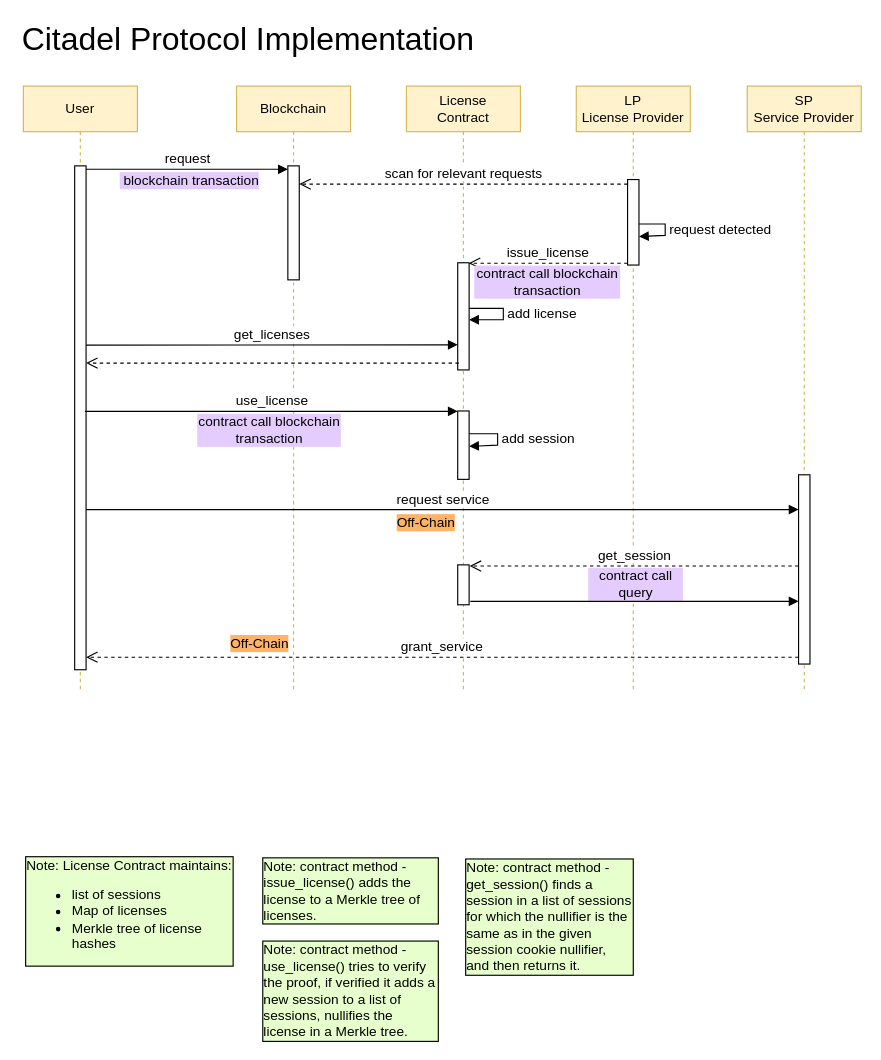
dusk-network/citadel keeps this draw.io diagram as docs/specs/images/implementation.drawio. Above is the earlier version. Source tidied: cells renumbered, new cells numbered last; positions are measured from the earlier drawing's top-left corner, leaving out a move shared by most shapes. Both pictures are drawn from the tidied source at 114%, with x=0, y=0 at pixel (19, 22).
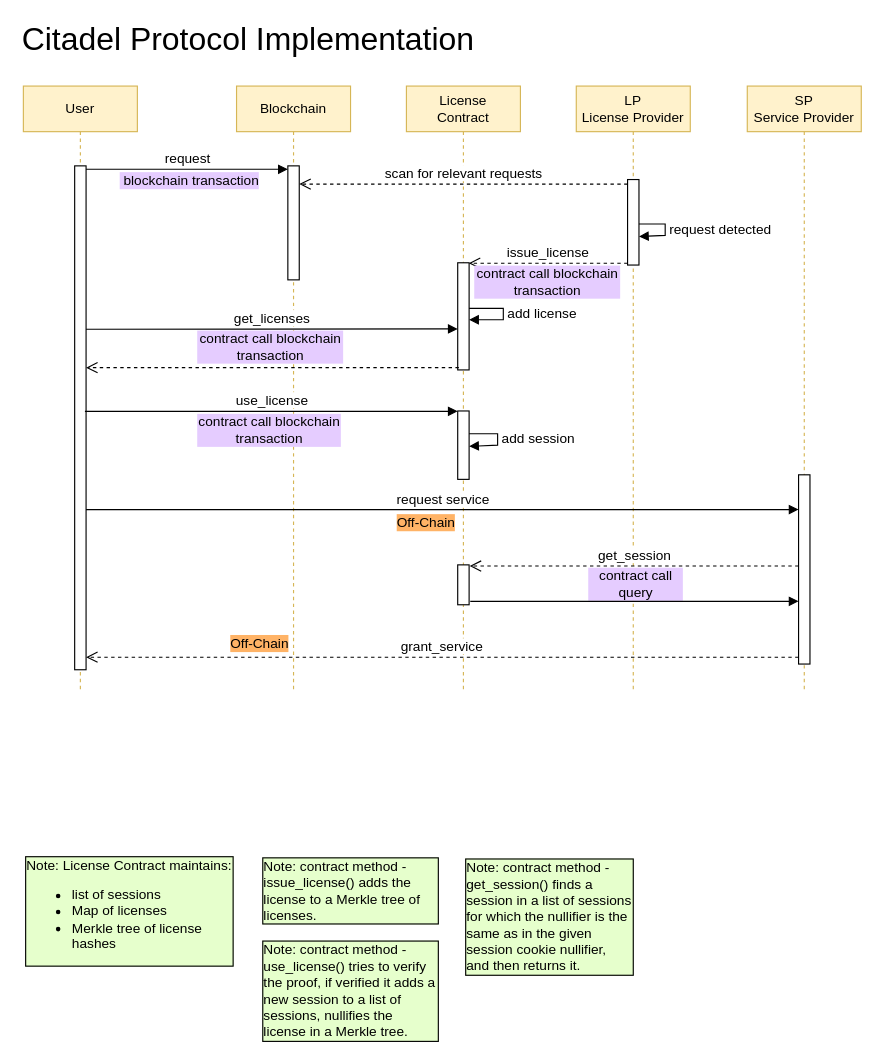
The same page after the edit.

Commit message (it also covers changes not shown here):
Added contract call blockchain tx info on the diagram

What changed in the source:
```diff
@@
     <mxCell id="36" value="get_licenses" style="html=1;verticalAlign=bottom;endArrow=block;rounded=0;fontSize=12;exitX=0.9;exitY=0.427;exitDx=0;exitDy=0;exitPerimeter=0;" parent="1" edge="1">
       <mxGeometry relative="1" as="geometry">
-        <mxPoint x="58" y="283.3" as="sourcePoint" />
-        <mxPoint x="384" y="283" as="targetPoint" />
+        <mxPoint x="58" y="269.3" as="sourcePoint" />
+        <mxPoint x="384" y="269" as="targetPoint" />
       </mxGeometry>
     </mxCell>
     <mxCell id="37" style="html=1;verticalAlign=bottom;endArrow=open;dashed=1;endSize=8;rounded=0;fontSize=12;" parent="1" edge="1">
       <mxGeometry relative="1" as="geometry">
-        <mxPoint x="385" y="299" as="sourcePoint" />
-        <mxPoint x="58" y="299" as="targetPoint" />
+        <mxPoint x="385" y="303" as="sourcePoint" />
+        <mxPoint x="58" y="303" as="targetPoint" />
       </mxGeometry>
     </mxCell>
@@
+    <mxCell id="39" value="contract call blockchain transaction" style="text;html=1;strokeColor=none;fillColor=none;align=center;verticalAlign=middle;whiteSpace=wrap;rounded=0;labelBackgroundColor=#E5CCFF;fontSize=12;" parent="1" vertex="1">
+      <mxGeometry x="155" y="270" width="130" height="30" as="geometry" />
+    </mxCell>
```
